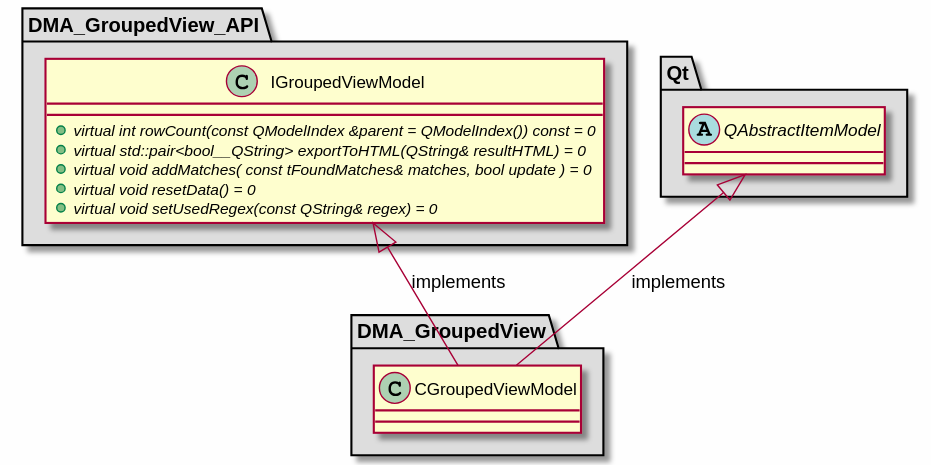
The PlantUML diagram md/dev_docs/puml/DMA_GroupedView_standalone.svg in svlad-90/DLT-Message-Analyzer, before a commit.
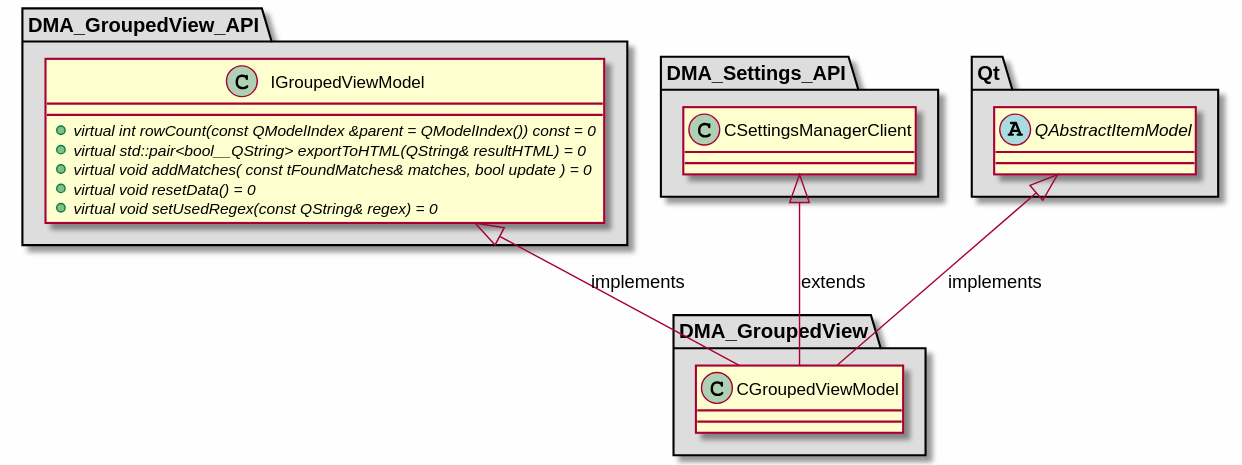
After the change.

What changed in the source:
```diff
@@ -25,6 +25,15 @@
 
 }
 
+package "DMA_Settings_API" #DDDDDD
+{
+
+class "CSettingsManagerClient"
+{
+}
+
+}
+
 package "Qt" #DDDDDD
 {
 
@@ -34,6 +43,7 @@
 
 }
 
+CSettingsManagerClient <|-- CGroupedViewModel : extends
 IGroupedViewModel <|-- CGroupedViewModel : implements
 QAbstractItemModel <|-- CGroupedViewModel : implements
 
```
